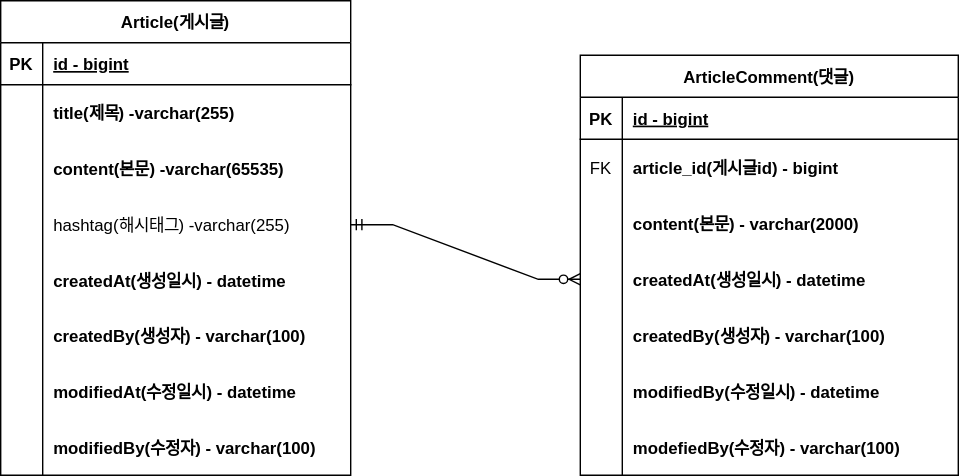
kekhee/Fastcampus-project-board keeps this draw.io diagram as document/project-board-erd.svg. Above is the earlier version. Source tidied: cells renumbered, new cells last; positions are measured from the earlier drawing's top-left corner, leaving out a move shared by most shapes.
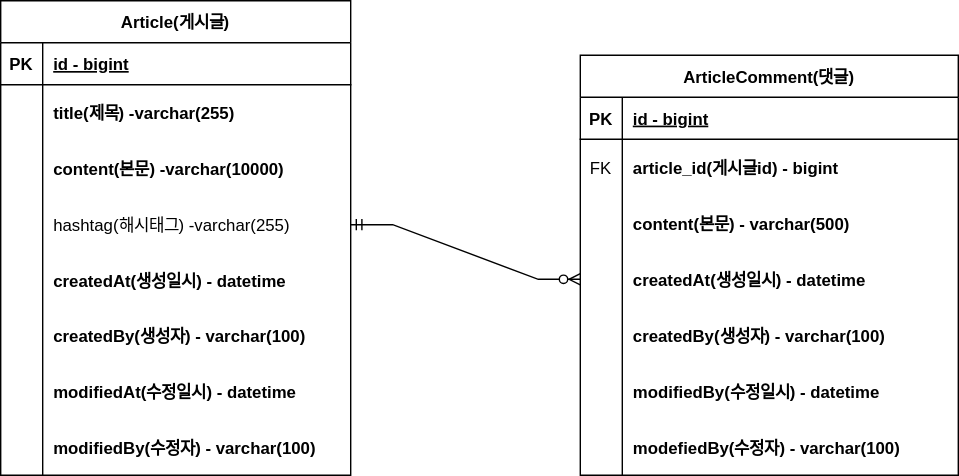
After the change.

Commit message:
#9-erd:업데이트 content사이즈변경

The edit, as a diff of the source:
```diff
@@ -29,7 +29,7 @@
     <mxCell id="10" style="shape=partialRectangle;overflow=hidden;fillColor=none;top=0;left=0;bottom=0;right=0;" parent="9" vertex="1">
       <mxGeometry width="30" height="40" as="geometry" />
     </mxCell>
-    <mxCell id="11" value="content(본문) -varchar(65535)" style="shape=partialRectangle;overflow=hidden;fillColor=none;top=0;left=0;bottom=0;right=0;align=left;spacingLeft=6;fontStyle=1;" parent="9" vertex="1">
+    <mxCell id="11" value="content(본문) -varchar(10000)" style="shape=partialRectangle;overflow=hidden;fillColor=none;top=0;left=0;bottom=0;right=0;align=left;spacingLeft=6;fontStyle=1;" parent="9" vertex="1">
       <mxGeometry x="30" width="220" height="40" as="geometry" />
     </mxCell>
     <mxCell id="12" style="shape=partialRectangle;fillColor=none;points=[[0,0.5],[1,0.5]];portConstraint=eastwest;top=0;left=0;right=0;bottom=0;" parent="2" vertex="1">
@@ -104,7 +104,7 @@
     <mxCell id="35" style="shape=partialRectangle;overflow=hidden;fillColor=none;top=0;left=0;bottom=0;right=0;" parent="34" vertex="1">
       <mxGeometry width="30" height="40" as="geometry" />
     </mxCell>
-    <mxCell id="36" value="content(본문) - varchar(2000)" style="shape=partialRectangle;overflow=hidden;fillColor=none;top=0;left=0;bottom=0;right=0;align=left;spacingLeft=6;fontStyle=1;" parent="34" vertex="1">
+    <mxCell id="36" value="content(본문) - varchar(500)" style="shape=partialRectangle;overflow=hidden;fillColor=none;top=0;left=0;bottom=0;right=0;align=left;spacingLeft=6;fontStyle=1;" parent="34" vertex="1">
       <mxGeometry x="30" width="240" height="40" as="geometry" />
     </mxCell>
     <mxCell id="37" style="shape=partialRectangle;fillColor=none;points=[[0,0.5],[1,0.5]];portConstraint=eastwest;top=0;left=0;right=0;bottom=0;" parent="27" vertex="1">
```
